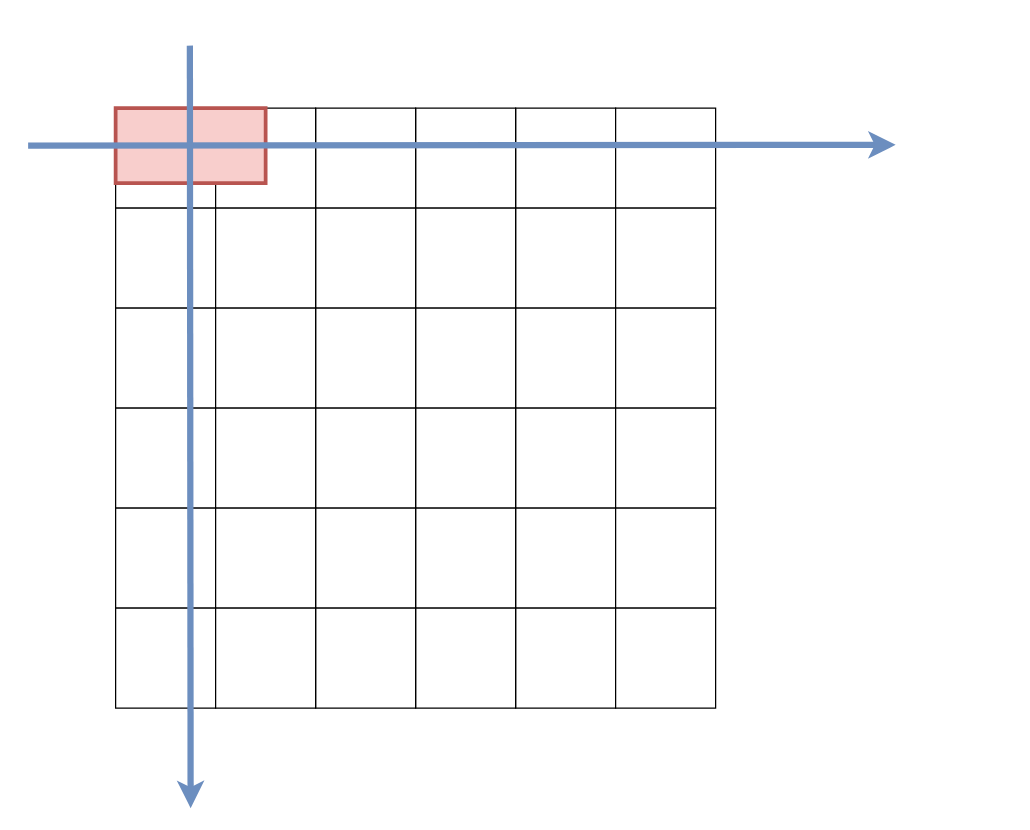
Before: 世界坐标系.drawio in Airsku/drawio, a draw.io diagram. Source tidied: cells renumbered, new cells numbered last; positions are measured from the earlier drawing's top-left corner, leaving out a move shared by most shapes. Both pictures are drawn from the tidied source at 125%, with x=0, y=0 at pixel (28, 45).
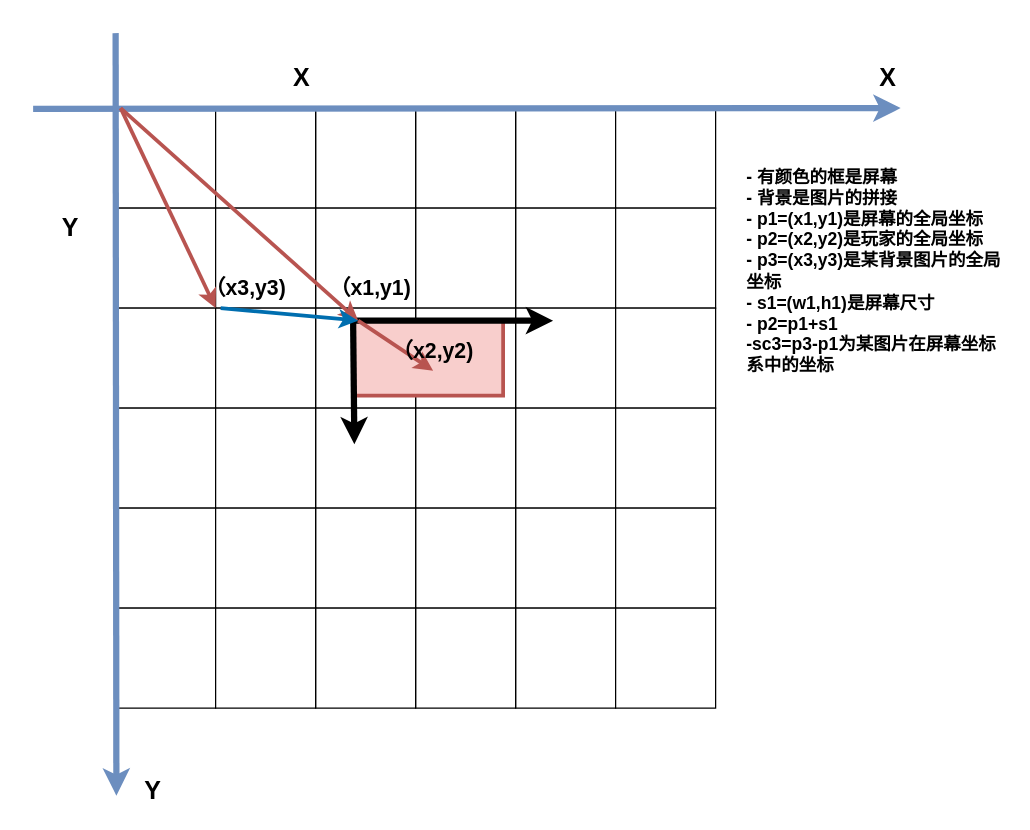
The same page after the edit.

Commit message:
世界坐标系.drawio

The change refers to these unchanged cells:
```xml
<mxCell id="8" style="whiteSpace=wrap;html=1;" parent="1" vertex="1">
  <mxGeometry x="70" y="130" width="80" height="80" as="geometry" />
</mxCell>
```

The edit, as a diff of the source:
```diff
@@
-    <mxCell id="38" style="rounded=0;whiteSpace=wrap;html=1;fillColor=#f8cecc;strokeColor=#b85450;strokeWidth=3;" parent="1" vertex="1">
-      <mxGeometry x="70" y="50" width="120" height="60" as="geometry" />
-    </mxCell>
     <mxCell id="39" style="endArrow=classic;html=1;rounded=0;strokeWidth=5;fillColor=#dae8fc;strokeColor=#6c8ebf;" parent="1" edge="1">
       <mxGeometry relative="1" as="geometry">
-        <mxPoint y="80" as="sourcePoint" />
-        <mxPoint x="694" y="79.4" as="targetPoint" />
+        <mxPoint x="4" y="50.6" as="sourcePoint" />
+        <mxPoint x="698" y="50" as="targetPoint" />
       </mxGeometry>
     </mxCell>
     <mxCell id="40" style="endArrow=classic;html=1;rounded=0;strokeWidth=5;fillColor=#dae8fc;strokeColor=#6c8ebf;" parent="1" edge="1">
       <mxGeometry relative="1" as="geometry">
-        <mxPoint x="129.4" as="sourcePoint" />
-        <mxPoint x="130" y="610" as="targetPoint" />
+        <mxPoint x="70" y="-10" as="sourcePoint" />
+        <mxPoint x="70.6" y="600" as="targetPoint" />
       </mxGeometry>
     </mxCell>
+    <mxCell id="41" style="rounded=0;whiteSpace=wrap;html=1;fillColor=#f8cecc;strokeColor=#b85450;strokeWidth=3;" parent="1" vertex="1">
+      <mxGeometry x="260" y="220" width="120" height="60" as="geometry" />
+    </mxCell>
+    <mxCell id="42" value="X" style="text;html=1;align=center;verticalAlign=middle;whiteSpace=wrap;rounded=0;fontStyle=1;fontSize=20;" parent="1" vertex="1">
+      <mxGeometry x="658" y="10" width="60" height="30" as="geometry" />
+    </mxCell>
+    <mxCell id="43" value="Y" style="text;html=1;align=center;verticalAlign=middle;whiteSpace=wrap;rounded=0;fontStyle=1;fontSize=20;" parent="1" vertex="1">
+      <mxGeometry x="70" y="580" width="60" height="30" as="geometry" />
+    </mxCell>
+    <mxCell id="44" value="&lt;div style=&quot;text-align: left;&quot;&gt;&lt;span style=&quot;font-size: 14px; background-color: initial;&quot;&gt;&lt;b&gt;- 有颜色的框是屏幕&lt;/b&gt;&lt;/span&gt;&lt;/div&gt;&lt;font style=&quot;font-size: 14px;&quot;&gt;&lt;b&gt;&lt;div style=&quot;text-align: left;&quot;&gt;&lt;span style=&quot;background-color: initial;&quot;&gt;- 背景是图片的拼接&lt;/span&gt;&lt;/div&gt;&lt;div style=&quot;text-align: left;&quot;&gt;&lt;span style=&quot;background-color: initial;&quot;&gt;- p1=(x1,y1)是屏幕的全局坐标&lt;/span&gt;&lt;/div&gt;&lt;div style=&quot;text-align: left;&quot;&gt;- p2=(x2,y2)是玩家的全局坐标&lt;/div&gt;&lt;div style=&quot;text-align: left;&quot;&gt;- p3=(x3,y3)是某背景图片的全局坐标&lt;/div&gt;&lt;div style=&quot;text-align: left;&quot;&gt;- s1=(w1,h1)是屏幕尺寸&lt;/div&gt;&lt;div style=&quot;text-align: left;&quot;&gt;- p2=p1+s1&lt;/div&gt;&lt;div style=&quot;text-align: left;&quot;&gt;-sc3=p3-p1为某图片在屏幕坐标系中的坐标&lt;/div&gt;&lt;/b&gt;&lt;/font&gt;" style="text;html=1;strokeColor=none;fillColor=none;align=center;verticalAlign=top;whiteSpace=wrap;rounded=0;" parent="1" vertex="1">
+      <mxGeometry x="574" y="90" width="210" height="260" as="geometry" />
+    </mxCell>
+    <mxCell id="45" style="endArrow=classic;html=1;rounded=0;entryX=0;entryY=0;entryDx=0;entryDy=0;exitX=0;exitY=0;exitDx=0;exitDy=0;strokeWidth=5;" parent="1" edge="1">
+      <mxGeometry relative="1" as="geometry">
+        <mxPoint x="260" y="220" as="sourcePoint" />
+        <mxPoint x="420" y="220" as="targetPoint" />
+      </mxGeometry>
+    </mxCell>
+    <mxCell id="46" style="endArrow=classic;html=1;rounded=0;entryX=0;entryY=0.25;entryDx=0;entryDy=0;exitX=0;exitY=0;exitDx=0;exitDy=0;strokeWidth=5;" parent="1" edge="1">
+      <mxGeometry relative="1" as="geometry">
+        <mxPoint x="260" y="220" as="sourcePoint" />
+        <mxPoint x="261" y="319" as="targetPoint" />
+      </mxGeometry>
+    </mxCell>
+    <mxCell id="47" value="X" style="text;html=1;align=center;verticalAlign=middle;whiteSpace=wrap;rounded=0;fontStyle=1;fontSize=20;" parent="1" vertex="1">
+      <mxGeometry x="189" y="10" width="60" height="30" as="geometry" />
+    </mxCell>
+    <mxCell id="48" value="Y" style="text;html=1;align=center;verticalAlign=middle;whiteSpace=wrap;rounded=0;fontStyle=1;fontSize=20;" parent="1" vertex="1">
+      <mxGeometry x="4" y="130" width="60" height="30" as="geometry" />
+    </mxCell>
+    <mxCell id="49" parent="0" />
+    <mxCell id="50" style="endArrow=classic;html=1;rounded=0;strokeWidth=3;fillColor=#f8cecc;strokeColor=#b85450;" parent="49" edge="1">
+      <mxGeometry relative="1" as="geometry">
+        <mxPoint x="74" y="50" as="sourcePoint" />
+        <mxPoint x="264" y="220" as="targetPoint" />
+      </mxGeometry>
+    </mxCell>
+    <mxCell id="51" style="endArrow=classic;html=1;rounded=0;strokeWidth=3;fillColor=#f8cecc;strokeColor=#b85450;jumpSize=6;sourcePerimeterSpacing=0;" parent="49" edge="1" target="41">
+      <mxGeometry relative="1" as="geometry">
+        <mxPoint x="264" y="220" as="sourcePoint" />
+      </mxGeometry>
+    </mxCell>
+    <mxCell id="52" style="endArrow=classic;html=1;rounded=0;strokeWidth=3;fillColor=#f8cecc;strokeColor=#b85450;" parent="49" edge="1">
+      <mxGeometry relative="1" as="geometry">
+        <mxPoint x="264" y="220" as="sourcePoint" />
+        <mxPoint x="324" y="260" as="targetPoint" />
+      </mxGeometry>
+    </mxCell>
+    <mxCell id="53" value="（x1,y1)" style="text;html=1;strokeColor=none;fillColor=none;align=center;verticalAlign=middle;whiteSpace=wrap;rounded=0;fontSize=17;fontStyle=1;" parent="49" vertex="1">
+      <mxGeometry x="244" y="180" width="60" height="30" as="geometry" />
+    </mxCell>
+    <mxCell id="54" value="（x2,y2)" style="text;html=1;strokeColor=none;fillColor=none;align=center;verticalAlign=middle;whiteSpace=wrap;rounded=0;fontSize=17;fontStyle=1;" parent="49" vertex="1">
+      <mxGeometry x="294" y="230" width="60" height="30" as="geometry" />
+    </mxCell>
+    <mxCell id="55" style="endArrow=classic;html=1;rounded=0;strokeWidth=3;fillColor=#f8cecc;strokeColor=#b85450;entryX=1;entryY=1;entryDx=0;entryDy=0;" parent="49" edge="1" target="8">
+      <mxGeometry relative="1" as="geometry">
+        <mxPoint x="74" y="50" as="sourcePoint" />
+      </mxGeometry>
+    </mxCell>
+    <mxCell id="56" style="endArrow=classic;html=1;rounded=0;strokeWidth=3;fillColor=#1ba1e2;strokeColor=#006EAF;" parent="49" edge="1">
+      <mxGeometry relative="1" as="geometry">
+        <mxPoint x="154" y="210" as="sourcePoint" />
+        <mxPoint x="264" y="220" as="targetPoint" />
+      </mxGeometry>
+    </mxCell>
+    <mxCell id="57" value="（x3,y3)" style="text;html=1;strokeColor=none;fillColor=none;align=center;verticalAlign=middle;whiteSpace=wrap;rounded=0;fontSize=17;fontStyle=1;" parent="49" vertex="1">
+      <mxGeometry x="144" y="180" width="60" height="30" as="geometry" />
+    </mxCell>
```
